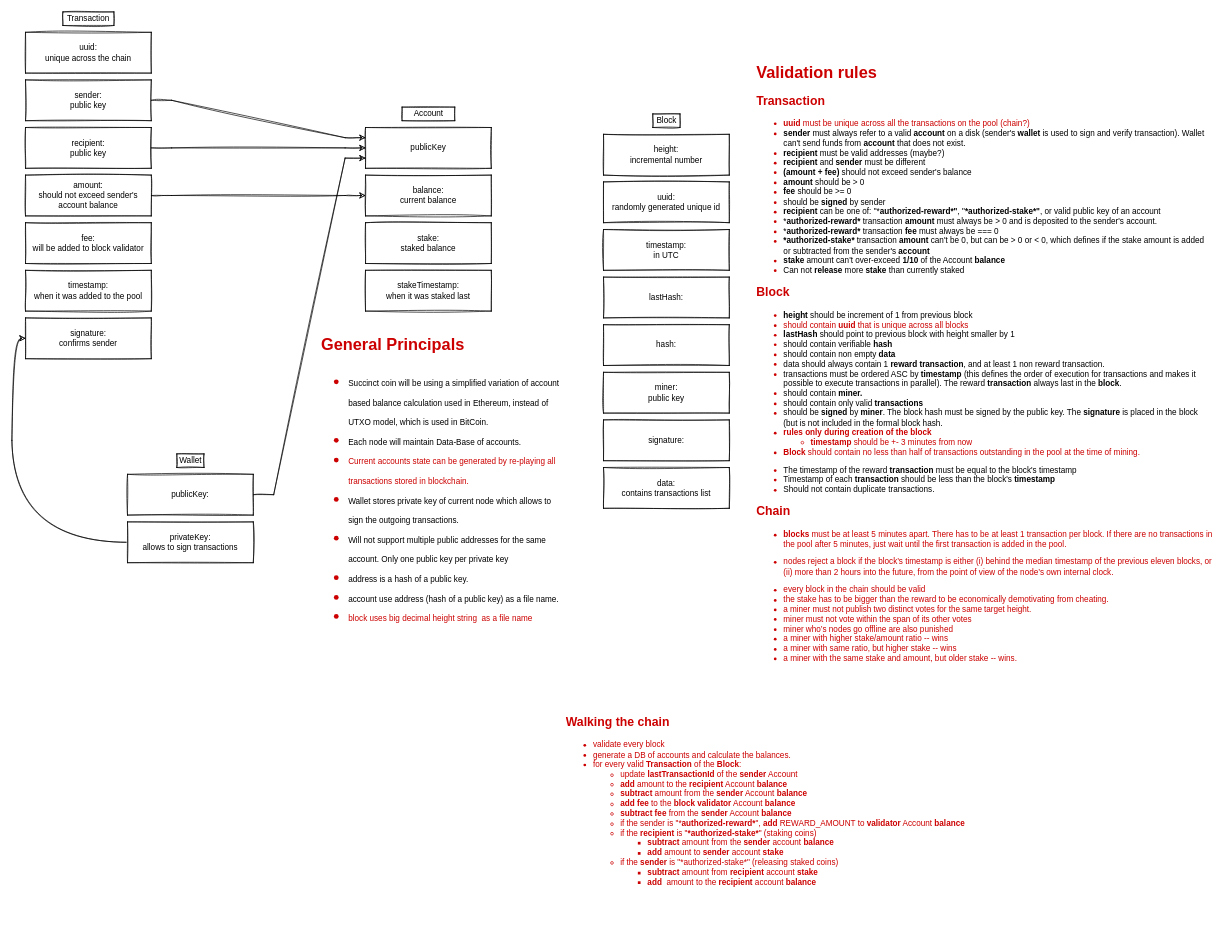
Before: docs/Transaction Structure Diagram.drawio in echowaves/succinctcoin, a draw.io diagram. Source tidied: cells renumbered, new cells numbered last; positions are measured from the earlier drawing's top-left corner, leaving out a move shared by most shapes. Both pictures are drawn from the tidied source at 68%, with x=0, y=0 at pixel (25, 12).
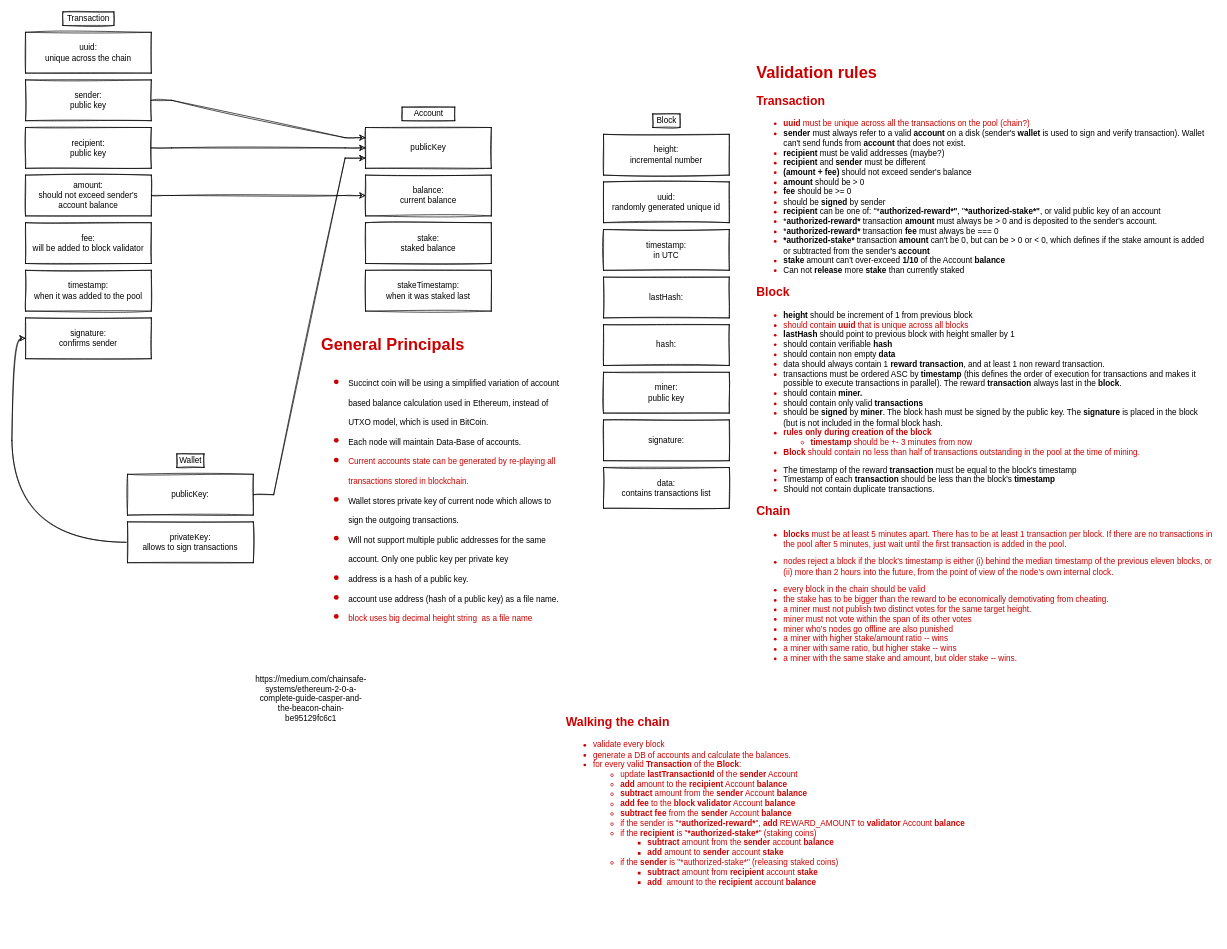
Above is the later version.

Diff of the diagram source:
```diff
@@
+    <mxCell id="35" value="https://medium.com/chainsafe-systems/ethereum-2-0-a-complete-guide-casper-and-the-beacon-chain-be95129fc6c1" style="text;html=1;strokeColor=none;fillColor=none;align=center;verticalAlign=middle;whiteSpace=wrap;rounded=0;" parent="1" vertex="1">
+      <mxGeometry x="400" y="1000" width="40" height="20" as="geometry" />
+    </mxCell>
```
